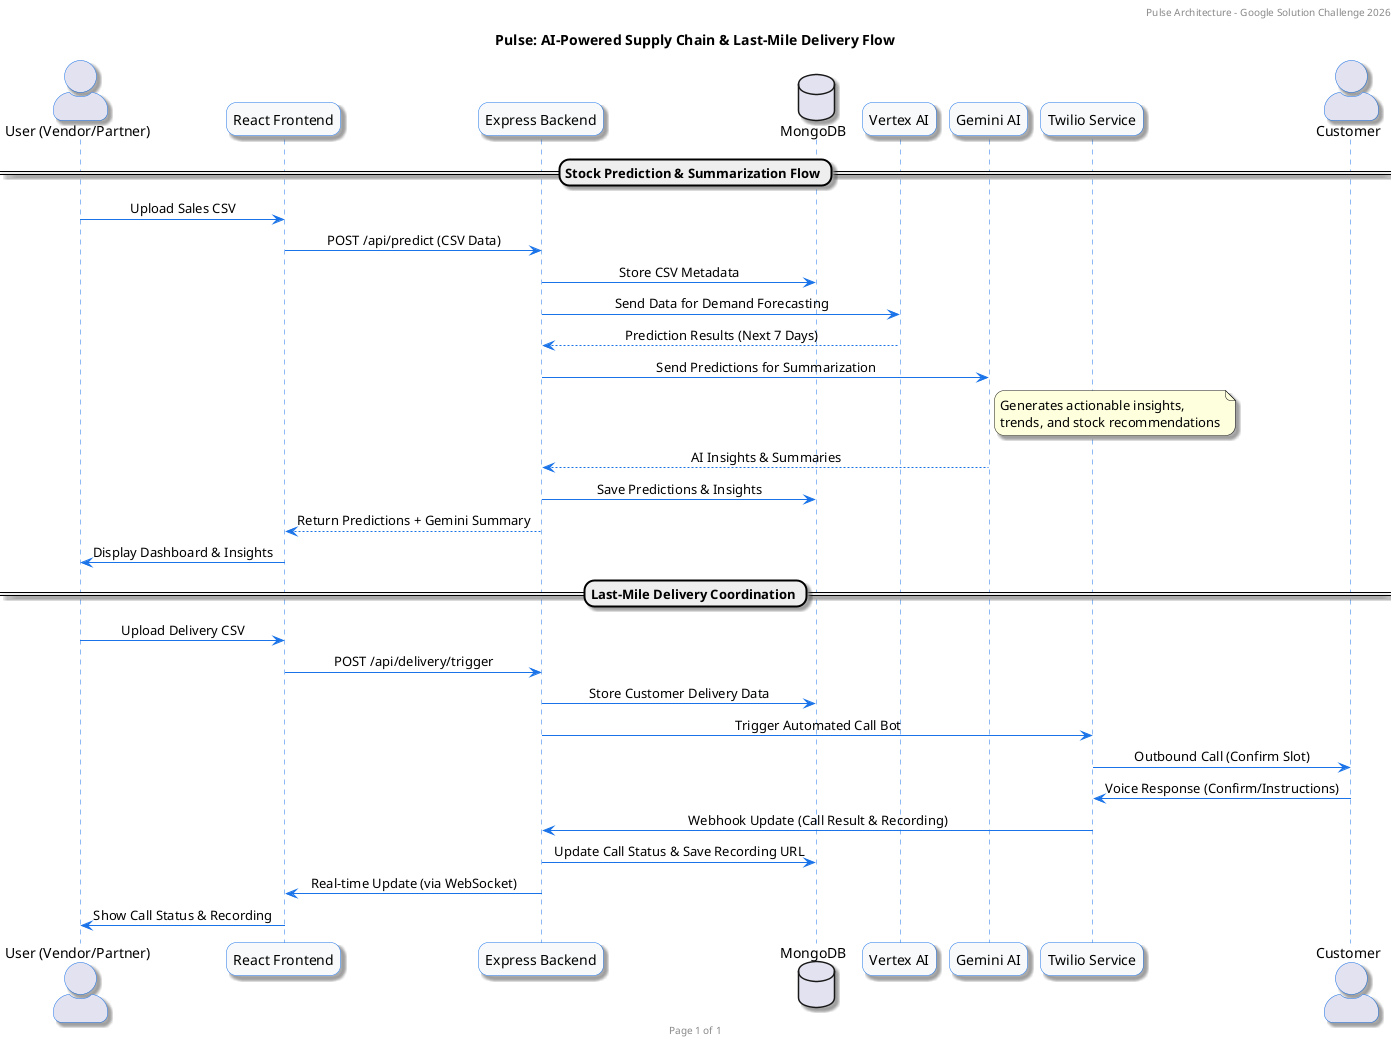
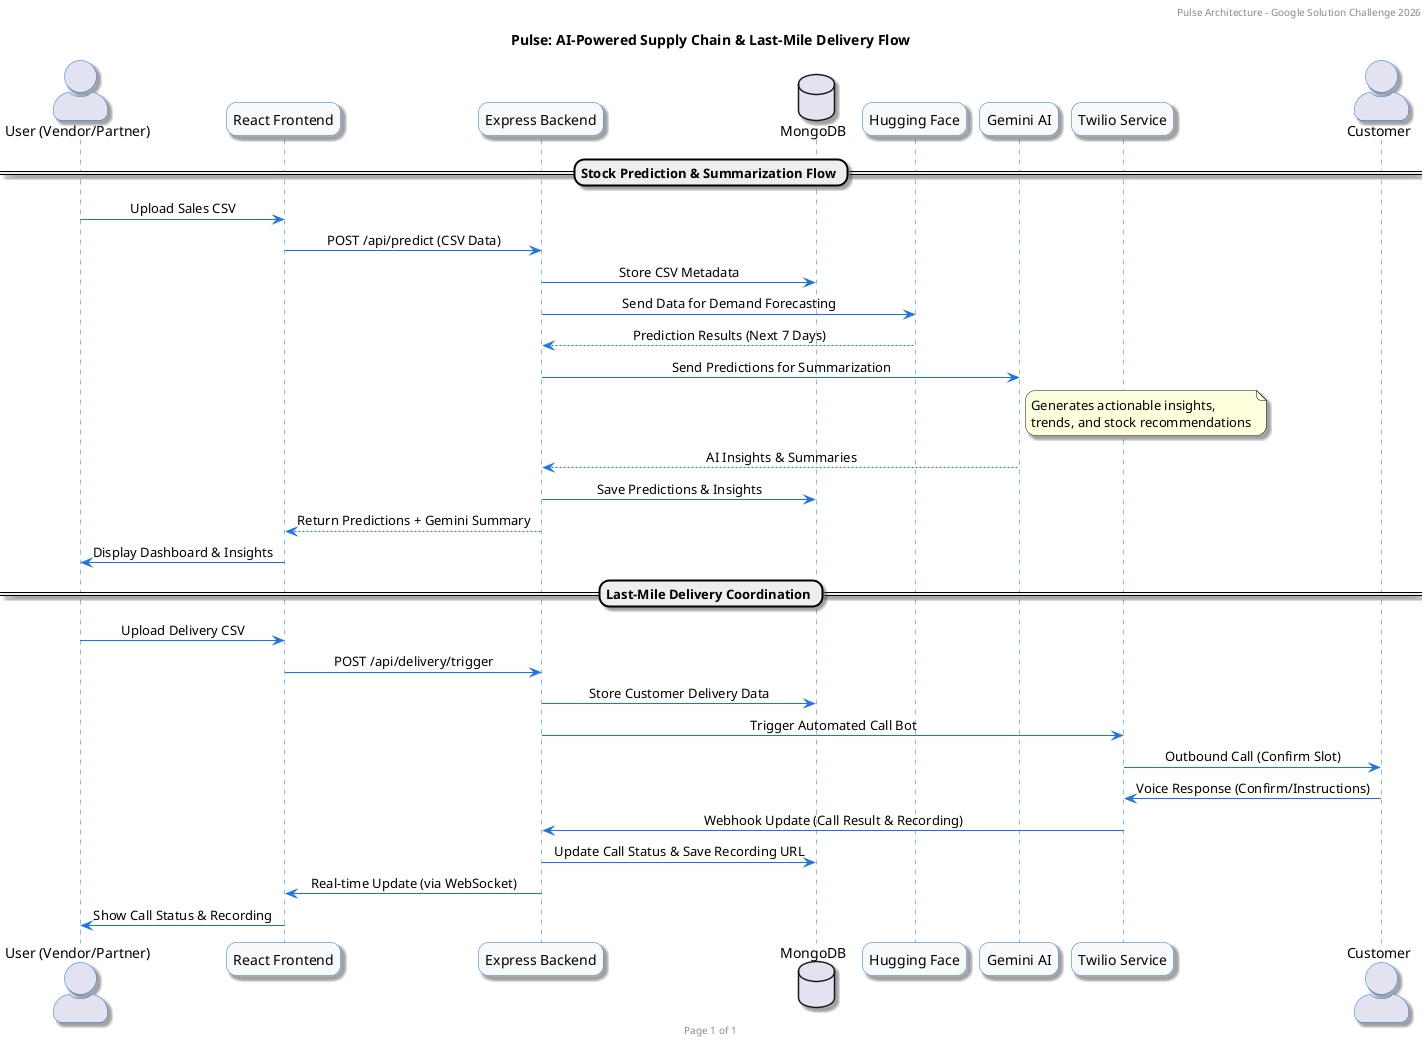
@startuml PulseArchitecture

header Pulse Architecture - Google Solution Challenge 2026
footer Page %page% of %lastpage%
title Pulse: AI-Powered Supply Chain & Last-Mile Delivery Flow

skinparam actorStyle awesome
skinparam shadowing true
skinparam SequenceMessageAlignment center
skinparam roundcorner 20

' Color Palette
!define PRIMARY #1A73E8
!define SECONDARY #34A853
!define ACCENT #FBBC04
!define DANGER #EA4335
!define NEUTRAL #F8F9FA

skinparam sequence {
    ArrowColor PRIMARY
    ActorBorderColor PRIMARY
    LifeLineBorderColor PRIMARY
    ParticipantBorderColor PRIMARY
    ParticipantBackgroundColor NEUTRAL
}

actor "User (Vendor/Partner)" as User
participant "React Frontend" as Frontend
participant "Express Backend" as Backend
database "MongoDB" as DB
- participant "Vertex AI" as VertexAI
+ participant "Hugging Face" as HuggingFace
participant "Gemini AI" as Gemini
participant "Twilio Service" as Twilio
actor "Customer" as Customer

== Stock Prediction & Summarization Flow ==

User -> Frontend: Upload Sales CSV
Frontend -> Backend: POST /api/predict (CSV Data)
Backend -> DB: Store CSV Metadata
- Backend -> VertexAI: Send Data for Demand Forecasting
- VertexAI --> Backend: Prediction Results (Next 7 Days)
+ Backend -> HuggingFace: Send Data for Demand Forecasting
+ HuggingFace --> Backend: Prediction Results (Next 7 Days)
Backend -> Gemini: Send Predictions for Summarization
note right of Gemini: Generates actionable insights,\ntrends, and stock recommendations
Gemini --> Backend: AI Insights & Summaries
Backend -> DB: Save Predictions & Insights
Backend --> Frontend: Return Predictions + Gemini Summary
Frontend -> User: Display Dashboard & Insights

== Last-Mile Delivery Coordination ==

User -> Frontend: Upload Delivery CSV
Frontend -> Backend: POST /api/delivery/trigger
Backend -> DB: Store Customer Delivery Data
Backend -> Twilio: Trigger Automated Call Bot
Twilio -> Customer: Outbound Call (Confirm Slot)
Customer -> Twilio: Voice Response (Confirm/Instructions)
Twilio -> Backend: Webhook Update (Call Result & Recording)
Backend -> DB: Update Call Status & Save Recording URL
Backend -> Frontend: Real-time Update (via WebSocket)
Frontend -> User: Show Call Status & Recording

@enduml
